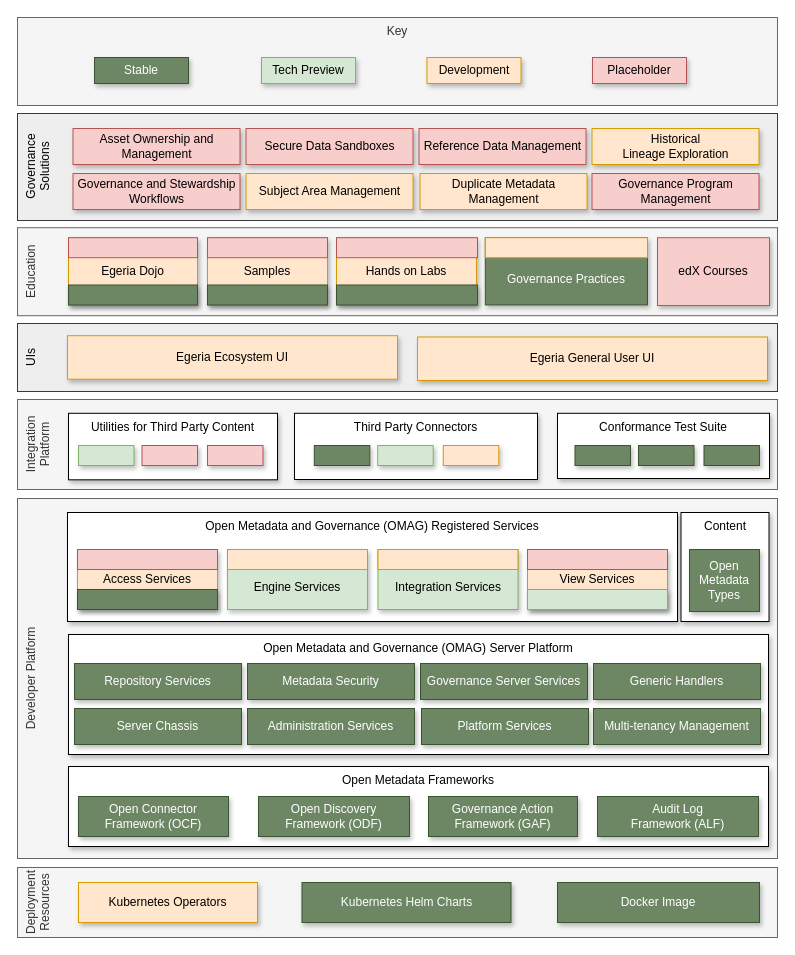
odpi/egeria-docs keeps this draw.io diagram as page "release-3.8" (24 of 25) of site/docs/release-notes/egeria-status.drawio. Above is the earlier version. Source tidied: cells renumbered, new cells numbered last; positions are measured from the earlier drawing's top-left corner, leaving out a move shared by most shapes. Both pictures are drawn from the tidied source at 100%, with x=0, y=0 at pixel (17, 17).
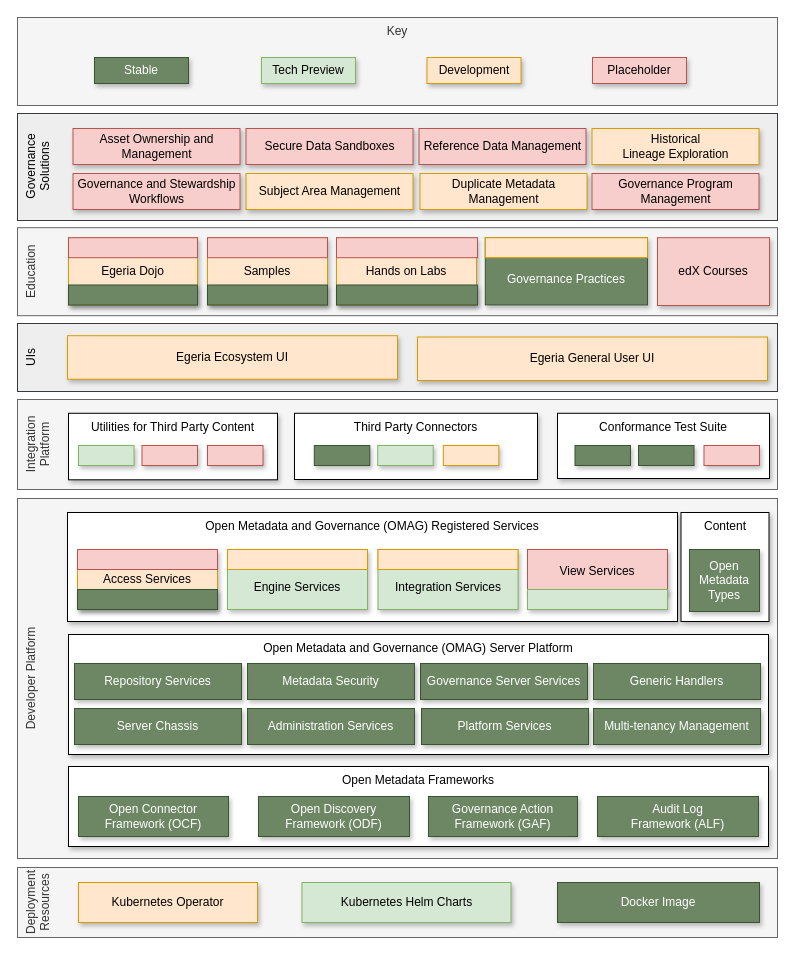
After the change.

The edit, as a diff of the source:
```diff
@@
-    <mxCell id="19" value="View Services" style="rounded=0;whiteSpace=wrap;html=1;align=center;flipH=0;flipV=1;shadow=1;fillColor=#ffe6cc;strokeColor=#d79b00;" parent="1" vertex="1">
-      <mxGeometry x="510" y="532" width="140" height="60" as="geometry" />
+    <mxCell id="19" value="View Services" style="rounded=0;whiteSpace=wrap;html=1;align=center;flipH=0;flipV=1;shadow=1;fillColor=#f8cecc;strokeColor=#b85450;" parent="1" vertex="1">
+      <mxGeometry x="510" y="532" width="140" height="44" as="geometry" />
     </mxCell>
@@
-    <mxCell id="21" style="rounded=0;whiteSpace=wrap;html=1;align=center;shadow=0;fillColor=#f8cecc;strokeColor=#b85450;" parent="1" vertex="1">
-      <mxGeometry x="510" y="532" width="140" height="20" as="geometry" />
-    </mxCell>
@@
-    <mxCell id="72" style="rounded=0;whiteSpace=wrap;html=1;align=center;fillColor=#6d8764;strokeColor=#3A5431;shadow=1;fontColor=#ffffff;" parent="1" vertex="1">
+    <mxCell id="72" style="rounded=0;whiteSpace=wrap;html=1;align=center;fillColor=#f8cecc;strokeColor=#b85450;shadow=1;" parent="1" vertex="1">
       <mxGeometry x="686.5" y="428" width="55.5" height="20" as="geometry" />
     </mxCell>
@@
-    <mxCell id="75" value="Kubernetes Operators" style="rounded=0;whiteSpace=wrap;html=1;align=center;shadow=1;fillColor=#ffe6cc;strokeColor=#d79b00;" parent="1" vertex="1">
+    <mxCell id="75" value="Kubernetes Operator" style="rounded=0;whiteSpace=wrap;html=1;align=center;shadow=1;fillColor=#ffe6cc;strokeColor=#d79b00;" parent="1" vertex="1">
       <mxGeometry x="61" y="865" width="179" height="40" as="geometry" />
     </mxCell>
-    <mxCell id="76" value="Kubernetes Helm Charts" style="rounded=0;whiteSpace=wrap;html=1;align=center;shadow=1;fillColor=#6d8764;fontColor=#ffffff;strokeColor=#3A5431;" parent="1" vertex="1">
+    <mxCell id="76" value="Kubernetes Helm Charts" style="rounded=0;whiteSpace=wrap;html=1;align=center;shadow=1;fillColor=#d5e8d4;strokeColor=#82b366;" parent="1" vertex="1">
       <mxGeometry x="284.5" y="865" width="209" height="40" as="geometry" />
     </mxCell>
```
